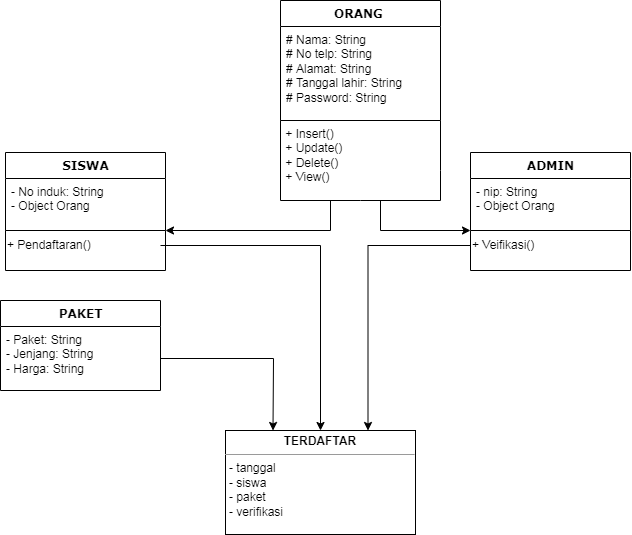
07jonathan/tugas_pendaftaran keeps this draw.io diagram as ClassDiagramLBB.png. Above is the earlier version. Source tidied: cells renumbered, new cells last; positions are measured from the earlier drawing's top-left corner, leaving out a move shared by most shapes. Source of this version:
```xml
<mxGraphModel>
  <root>
    <mxCell id="0" />
    <mxCell id="1" parent="0" />
    <mxCell id="2" value="SISWA" style="swimlane;html=1;fontStyle=1;align=center;verticalAlign=top;horizontal=1;startSize=26;swimlaneFillColor=#ffffff;rounded=0;shadow=0;comic=0;labelBackgroundColor=none;strokeWidth=1;fillColor=none;fontFamily=Verdana;fontSize=12;" parent="1" vertex="1">
      <mxGeometry x="5" y="152" width="160" height="78" as="geometry" />
    </mxCell>
    <mxCell id="3" value="- No induk: String&lt;br&gt;- Object Orang" style="text;html=1;strokeColor=none;fillColor=none;align=left;verticalAlign=top;spacingLeft=4;spacingRight=4;whiteSpace=wrap;overflow=hidden;" parent="2" vertex="1">
      <mxGeometry y="26" width="160" height="44" as="geometry" />
    </mxCell>
    <mxCell id="4" value="ORANG&amp;nbsp;" style="swimlane;html=1;fontStyle=1;align=center;verticalAlign=top;horizontal=1;startSize=26;swimlaneFillColor=#ffffff;rounded=0;shadow=0;comic=0;labelBackgroundColor=none;strokeWidth=1;fillColor=none;fontFamily=Verdana;fontSize=12;" parent="1" vertex="1">
      <mxGeometry x="280" width="160" height="120" as="geometry" />
    </mxCell>
    <mxCell id="5" value="# Nama: String&lt;br&gt;# No telp: String&lt;br&gt;# Alamat: String&lt;br&gt;# Tanggal lahir: String&lt;br&gt;# Password: String" style="text;html=1;strokeColor=none;fillColor=none;align=left;verticalAlign=top;spacingLeft=4;spacingRight=4;whiteSpace=wrap;overflow=hidden;" parent="4" vertex="1">
      <mxGeometry y="26" width="160" height="84" as="geometry" />
    </mxCell>
    <mxCell id="6" value="&lt;p style=&quot;margin: 0px ; margin-top: 4px ; text-align: center&quot;&gt;&lt;b&gt;TERDAFTAR&lt;/b&gt;&lt;/p&gt;&lt;hr size=&quot;1&quot;&gt;&lt;p style=&quot;margin: 0px ; margin-left: 4px&quot;&gt;- tanggal&lt;/p&gt;&lt;p style=&quot;margin: 0px ; margin-left: 4px&quot;&gt;- siswa&lt;/p&gt;&lt;p style=&quot;margin: 0px ; margin-left: 4px&quot;&gt;- paket&lt;/p&gt;&lt;p style=&quot;margin: 0px ; margin-left: 4px&quot;&gt;- verifikasi&lt;/p&gt;" style="verticalAlign=top;align=left;overflow=fill;fontSize=12;fontFamily=Helvetica;html=1;rounded=0;shadow=0;comic=0;labelBackgroundColor=none;strokeWidth=1;" parent="1" vertex="1">
      <mxGeometry x="225" y="430" width="190" height="104" as="geometry" />
    </mxCell>
    <mxCell id="7" style="endArrow=none;html=1;rounded=0;exitX=0;exitY=1;exitDx=0;exitDy=0;entryX=1;entryY=1;entryDx=0;entryDy=0;" parent="1" edge="1" source="4" target="4">
      <mxGeometry relative="1" as="geometry">
        <Array as="points">
          <mxPoint x="280" y="200" />
          <mxPoint x="360" y="200" />
          <mxPoint x="440" y="200" />
          <mxPoint x="440" y="170" />
        </Array>
      </mxGeometry>
    </mxCell>
    <mxCell id="8" value="&amp;nbsp;+ Insert()&lt;br&gt;&amp;nbsp;+ Update()&lt;br&gt;&amp;nbsp;+ Delete()&lt;br&gt;&amp;nbsp;+ View()" style="text;html=1;strokeColor=none;fillColor=none;align=left;verticalAlign=middle;whiteSpace=wrap;rounded=0;" parent="1" vertex="1">
      <mxGeometry x="280" y="120" width="160" height="70" as="geometry" />
    </mxCell>
    <mxCell id="9" style="endArrow=none;html=1;rounded=0;exitX=0;exitY=1;exitDx=0;exitDy=0;entryX=1;entryY=1;entryDx=0;entryDy=0;" parent="1" edge="1" source="2" target="2">
      <mxGeometry relative="1" as="geometry">
        <Array as="points">
          <mxPoint x="5" y="270" />
          <mxPoint x="165" y="270" />
        </Array>
      </mxGeometry>
    </mxCell>
    <mxCell id="10" style="edgeStyle=orthogonalEdgeStyle;rounded=0;jettySize=auto;html=1;entryX=0.5;entryY=0;entryDx=0;entryDy=0;" parent="1" edge="1" source="11" target="6">
      <mxGeometry relative="1" as="geometry" />
    </mxCell>
    <mxCell id="11" value="+ Pendaftaran()" style="text;html=1;strokeColor=none;fillColor=none;align=left;verticalAlign=middle;whiteSpace=wrap;rounded=0;" parent="1" vertex="1">
      <mxGeometry x="5" y="230" width="155" height="30" as="geometry" />
    </mxCell>
    <mxCell id="12" value="ADMIN" style="swimlane;html=1;fontStyle=1;align=center;verticalAlign=top;horizontal=1;startSize=26;swimlaneFillColor=#ffffff;rounded=0;shadow=0;comic=0;labelBackgroundColor=none;strokeWidth=1;fillColor=none;fontFamily=Verdana;fontSize=12;" parent="1" vertex="1">
      <mxGeometry x="470" y="152" width="160" height="78" as="geometry" />
    </mxCell>
    <mxCell id="13" value="- nip: String&lt;br&gt;- Object Orang" style="text;html=1;strokeColor=none;fillColor=none;align=left;verticalAlign=top;spacingLeft=4;spacingRight=4;whiteSpace=wrap;overflow=hidden;" parent="12" vertex="1">
      <mxGeometry y="26" width="160" height="44" as="geometry" />
    </mxCell>
    <mxCell id="14" style="endArrow=none;html=1;rounded=0;exitX=0;exitY=1;exitDx=0;exitDy=0;entryX=1;entryY=1;entryDx=0;entryDy=0;" parent="1" edge="1" source="12" target="12">
      <mxGeometry relative="1" as="geometry">
        <Array as="points">
          <mxPoint x="470" y="270" />
          <mxPoint x="630" y="270" />
        </Array>
      </mxGeometry>
    </mxCell>
    <mxCell id="15" style="edgeStyle=orthogonalEdgeStyle;rounded=0;jettySize=auto;html=1;entryX=0.75;entryY=0;entryDx=0;entryDy=0;" parent="1" edge="1" source="16" target="6">
      <mxGeometry relative="1" as="geometry" />
    </mxCell>
    <mxCell id="16" value="+ Veifikasi()" style="text;html=1;strokeColor=none;fillColor=none;align=left;verticalAlign=middle;whiteSpace=wrap;rounded=0;" parent="1" vertex="1">
      <mxGeometry x="470" y="230" width="155" height="30" as="geometry" />
    </mxCell>
    <mxCell id="17" value="PAKET" style="swimlane;html=1;fontStyle=1;align=center;verticalAlign=top;horizontal=1;startSize=26;swimlaneFillColor=#ffffff;rounded=0;shadow=0;comic=0;labelBackgroundColor=none;strokeWidth=1;fillColor=none;fontFamily=Verdana;fontSize=12;" parent="1" vertex="1">
      <mxGeometry y="300" width="160" height="90" as="geometry" />
    </mxCell>
    <mxCell id="18" value="- Paket: String&lt;br&gt;- Jenjang: String&lt;br&gt;- Harga: String" style="text;html=1;strokeColor=none;fillColor=none;align=left;verticalAlign=top;spacingLeft=4;spacingRight=4;whiteSpace=wrap;overflow=hidden;points=[[0,0.5],[1,0.5]];portConstraint=eastwest;" parent="17" vertex="1">
      <mxGeometry y="26" width="160" height="64" as="geometry" />
    </mxCell>
    <mxCell id="19" style="endArrow=classic;html=1;rounded=0;entryX=0;entryY=0;entryDx=0;entryDy=0;" parent="1" edge="1" target="16">
      <mxGeometry relative="1" as="geometry">
        <mxPoint x="380" y="200" as="sourcePoint" />
        <Array as="points">
          <mxPoint x="380" y="230" />
        </Array>
      </mxGeometry>
    </mxCell>
    <mxCell id="20" style="endArrow=classic;html=1;rounded=0;entryX=1;entryY=1;entryDx=0;entryDy=0;" parent="1" edge="1" target="2">
      <mxGeometry relative="1" as="geometry">
        <mxPoint x="330" y="200" as="sourcePoint" />
        <Array as="points">
          <mxPoint x="330" y="230" />
        </Array>
      </mxGeometry>
    </mxCell>
    <mxCell id="21" style="endArrow=classic;html=1;rounded=0;exitX=1;exitY=0.5;exitDx=0;exitDy=0;entryX=0.25;entryY=0;entryDx=0;entryDy=0;" parent="1" edge="1" source="18" target="6">
      <mxGeometry relative="1" as="geometry">
        <Array as="points">
          <mxPoint x="273" y="358" />
        </Array>
      </mxGeometry>
    </mxCell>
  </root>
</mxGraphModel>
```
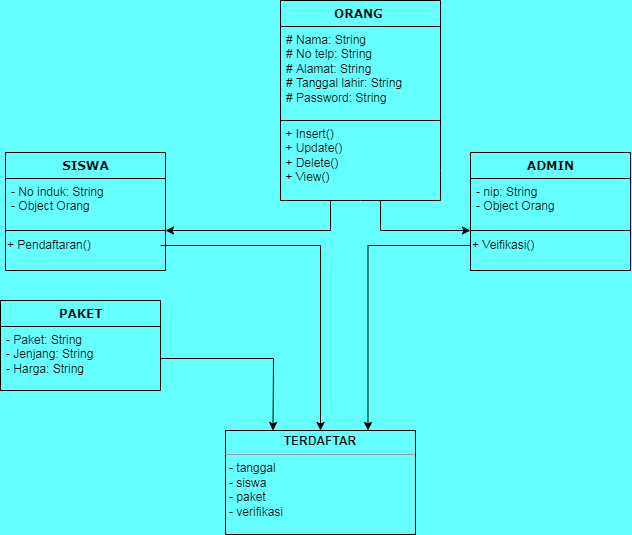
The same file after the commit.

Commit message:
Class Diagram

What changed in the source:
```diff
@@ -1,20 +1,20 @@
-<mxGraphModel>
+<mxGraphModel background="#66FFFF">
   <root>
     <mxCell id="0" />
     <mxCell id="1" parent="0" />
-    <mxCell id="2" value="SISWA" style="swimlane;html=1;fontStyle=1;align=center;verticalAlign=top;horizontal=1;startSize=26;swimlaneFillColor=#ffffff;rounded=0;shadow=0;comic=0;labelBackgroundColor=none;strokeWidth=1;fillColor=none;fontFamily=Verdana;fontSize=12;" parent="1" vertex="1">
+    <mxCell id="2" value="SISWA" style="swimlane;html=1;fontStyle=1;align=center;verticalAlign=top;horizontal=1;startSize=26;swimlaneFillColor=none;rounded=0;shadow=0;comic=0;labelBackgroundColor=none;strokeWidth=1;fillColor=none;fontFamily=Verdana;fontSize=12;" parent="1" vertex="1">
       <mxGeometry x="5" y="152" width="160" height="78" as="geometry" />
     </mxCell>
     <mxCell id="3" value="- No induk: String&lt;br&gt;- Object Orang" style="text;html=1;strokeColor=none;fillColor=none;align=left;verticalAlign=top;spacingLeft=4;spacingRight=4;whiteSpace=wrap;overflow=hidden;" parent="2" vertex="1">
       <mxGeometry y="26" width="160" height="44" as="geometry" />
     </mxCell>
-    <mxCell id="4" value="ORANG&amp;nbsp;" style="swimlane;html=1;fontStyle=1;align=center;verticalAlign=top;horizontal=1;startSize=26;swimlaneFillColor=#ffffff;rounded=0;shadow=0;comic=0;labelBackgroundColor=none;strokeWidth=1;fillColor=none;fontFamily=Verdana;fontSize=12;" parent="1" vertex="1">
+    <mxCell id="4" value="ORANG&amp;nbsp;" style="swimlane;html=1;fontStyle=1;align=center;verticalAlign=top;horizontal=1;startSize=26;swimlaneFillColor=none;rounded=0;shadow=0;comic=0;labelBackgroundColor=none;strokeWidth=1;fillColor=none;fontFamily=Verdana;fontSize=12;" parent="1" vertex="1">
       <mxGeometry x="280" width="160" height="120" as="geometry" />
     </mxCell>
     <mxCell id="5" value="# Nama: String&lt;br&gt;# No telp: String&lt;br&gt;# Alamat: String&lt;br&gt;# Tanggal lahir: String&lt;br&gt;# Password: String" style="text;html=1;strokeColor=none;fillColor=none;align=left;verticalAlign=top;spacingLeft=4;spacingRight=4;whiteSpace=wrap;overflow=hidden;" parent="4" vertex="1">
       <mxGeometry y="26" width="160" height="84" as="geometry" />
     </mxCell>
-    <mxCell id="6" value="&lt;p style=&quot;margin: 0px ; margin-top: 4px ; text-align: center&quot;&gt;&lt;b&gt;TERDAFTAR&lt;/b&gt;&lt;/p&gt;&lt;hr size=&quot;1&quot;&gt;&lt;p style=&quot;margin: 0px ; margin-left: 4px&quot;&gt;- tanggal&lt;/p&gt;&lt;p style=&quot;margin: 0px ; margin-left: 4px&quot;&gt;- siswa&lt;/p&gt;&lt;p style=&quot;margin: 0px ; margin-left: 4px&quot;&gt;- paket&lt;/p&gt;&lt;p style=&quot;margin: 0px ; margin-left: 4px&quot;&gt;- verifikasi&lt;/p&gt;" style="verticalAlign=top;align=left;overflow=fill;fontSize=12;fontFamily=Helvetica;html=1;rounded=0;shadow=0;comic=0;labelBackgroundColor=none;strokeWidth=1;" parent="1" vertex="1">
+    <mxCell id="6" value="&lt;p style=&quot;margin: 0px ; margin-top: 4px ; text-align: center&quot;&gt;&lt;b&gt;TERDAFTAR&lt;/b&gt;&lt;/p&gt;&lt;hr size=&quot;1&quot;&gt;&lt;p style=&quot;margin: 0px ; margin-left: 4px&quot;&gt;- tanggal&lt;/p&gt;&lt;p style=&quot;margin: 0px ; margin-left: 4px&quot;&gt;- siswa&lt;/p&gt;&lt;p style=&quot;margin: 0px ; margin-left: 4px&quot;&gt;- paket&lt;/p&gt;&lt;p style=&quot;margin: 0px ; margin-left: 4px&quot;&gt;- verifikasi&lt;/p&gt;" style="verticalAlign=top;align=left;overflow=fill;fontSize=12;fontFamily=Helvetica;html=1;rounded=0;shadow=0;comic=0;labelBackgroundColor=none;strokeWidth=1;fillColor=none;" parent="1" vertex="1">
       <mxGeometry x="225" y="430" width="190" height="104" as="geometry" />
     </mxCell>
     <mxCell id="7" style="endArrow=none;html=1;rounded=0;exitX=0;exitY=1;exitDx=0;exitDy=0;entryX=1;entryY=1;entryDx=0;entryDy=0;" parent="1" edge="1" source="4" target="4">
@@ -44,7 +44,7 @@
     <mxCell id="11" value="+ Pendaftaran()" style="text;html=1;strokeColor=none;fillColor=none;align=left;verticalAlign=middle;whiteSpace=wrap;rounded=0;" parent="1" vertex="1">
       <mxGeometry x="5" y="230" width="155" height="30" as="geometry" />
     </mxCell>
-    <mxCell id="12" value="ADMIN" style="swimlane;html=1;fontStyle=1;align=center;verticalAlign=top;horizontal=1;startSize=26;swimlaneFillColor=#ffffff;rounded=0;shadow=0;comic=0;labelBackgroundColor=none;strokeWidth=1;fillColor=none;fontFamily=Verdana;fontSize=12;" parent="1" vertex="1">
+    <mxCell id="12" value="ADMIN" style="swimlane;html=1;fontStyle=1;align=center;verticalAlign=top;horizontal=1;startSize=26;swimlaneFillColor=none;rounded=0;shadow=0;comic=0;labelBackgroundColor=none;strokeWidth=1;fillColor=none;fontFamily=Verdana;fontSize=12;" parent="1" vertex="1">
       <mxGeometry x="470" y="152" width="160" height="78" as="geometry" />
     </mxCell>
     <mxCell id="13" value="- nip: String&lt;br&gt;- Object Orang" style="text;html=1;strokeColor=none;fillColor=none;align=left;verticalAlign=top;spacingLeft=4;spacingRight=4;whiteSpace=wrap;overflow=hidden;" parent="12" vertex="1">
@@ -64,7 +64,7 @@
     <mxCell id="16" value="+ Veifikasi()" style="text;html=1;strokeColor=none;fillColor=none;align=left;verticalAlign=middle;whiteSpace=wrap;rounded=0;" parent="1" vertex="1">
       <mxGeometry x="470" y="230" width="155" height="30" as="geometry" />
     </mxCell>
-    <mxCell id="17" value="PAKET" style="swimlane;html=1;fontStyle=1;align=center;verticalAlign=top;horizontal=1;startSize=26;swimlaneFillColor=#ffffff;rounded=0;shadow=0;comic=0;labelBackgroundColor=none;strokeWidth=1;fillColor=none;fontFamily=Verdana;fontSize=12;" parent="1" vertex="1">
+    <mxCell id="17" value="PAKET" style="swimlane;html=1;fontStyle=1;align=center;verticalAlign=top;horizontal=1;startSize=26;swimlaneFillColor=none;rounded=0;shadow=0;comic=0;labelBackgroundColor=none;strokeWidth=1;fillColor=none;fontFamily=Verdana;fontSize=12;" parent="1" vertex="1">
       <mxGeometry y="300" width="160" height="90" as="geometry" />
     </mxCell>
     <mxCell id="18" value="- Paket: String&lt;br&gt;- Jenjang: String&lt;br&gt;- Harga: String" style="text;html=1;strokeColor=none;fillColor=none;align=left;verticalAlign=top;spacingLeft=4;spacingRight=4;whiteSpace=wrap;overflow=hidden;points=[[0,0.5],[1,0.5]];portConstraint=eastwest;" parent="17" vertex="1">
```
